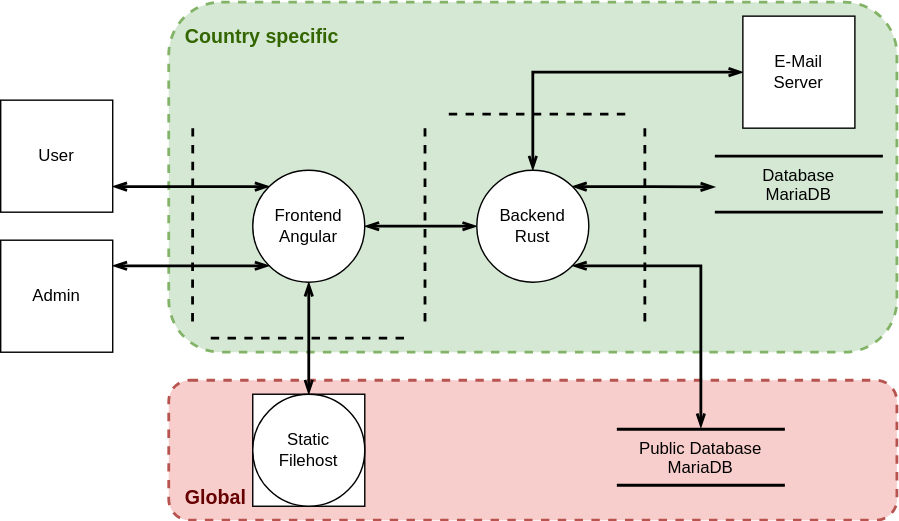
Earlier version of the draw.io export docs/assets/ArchitecturalDesign.drawio.svg (ProjectExchange/SkyRocket). Source tidied: cells renumbered, new cells last; positions are measured from the earlier drawing's top-left corner, leaving out a move shared by most shapes.
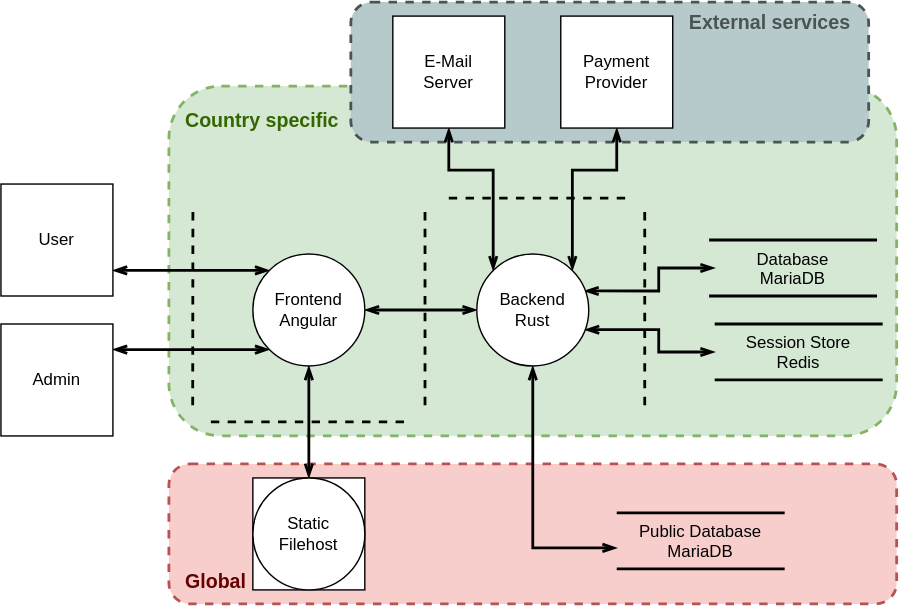
After the commit.

Commit message:
update architectural diagram

What changed in the source:
```diff
@@ -30,23 +30,55 @@
     <mxCell id="9" value="&lt;div&gt;Frontend&lt;/div&gt;Angular" style="ellipse;whiteSpace=wrap;html=1;" parent="1" vertex="1">
       <mxGeometry x="180" y="120" width="80" height="80" as="geometry" />
     </mxCell>
-    <mxCell id="10" style="edgeStyle=orthogonalEdgeStyle;rounded=0;jettySize=auto;html=1;endArrow=openThin;endFill=0;strokeWidth=2;startArrow=openThin;startFill=0;exitX=1;exitY=0;exitDx=0;exitDy=0;" parent="1" edge="1" source="12">
+    <mxCell id="10" style="edgeStyle=orthogonalEdgeStyle;rounded=0;jettySize=auto;html=1;endArrow=openThin;endFill=0;strokeWidth=2;startArrow=openThin;startFill=0;exitX=0.961;exitY=0.33;exitDx=0;exitDy=0;exitPerimeter=0;entryX=0.75;entryY=0.52;entryDx=0;entryDy=0;entryPerimeter=0;" parent="1" edge="1" source="12" target="3">
       <mxGeometry relative="1" as="geometry">
-        <mxPoint x="510" y="132" as="targetPoint" />
+        <Array as="points">
+          <mxPoint x="470" y="146" />
+          <mxPoint x="470" y="130" />
+        </Array>
       </mxGeometry>
     </mxCell>
+    <mxCell id="31" style="rounded=1;whiteSpace=wrap;html=1;fillColor=#b6cacb;strokeColor=#4B5454;dashed=1;strokeWidth=2;gradientColor=none;" parent="1" vertex="1">
+      <mxGeometry x="250" y="-60" width="370" height="100" as="geometry" />
+    </mxCell>
+    <mxCell id="32" style="edgeStyle=orthogonalEdgeStyle;rounded=0;jettySize=auto;html=1;exitX=1;exitY=0;exitDx=0;exitDy=0;startArrow=openThin;startFill=0;strokeWidth=2;endArrow=openThin;endFill=0;" parent="1" edge="1" source="12" target="38">
+      <mxGeometry relative="1" as="geometry">
+        <Array as="points">
+          <mxPoint x="408" y="60" />
+          <mxPoint x="440" y="60" />
+        </Array>
+      </mxGeometry>
+    </mxCell>
+    <mxCell id="33" style="edgeStyle=orthogonalEdgeStyle;rounded=0;jettySize=auto;html=1;startArrow=openThin;startFill=0;strokeWidth=2;endArrow=openThin;endFill=0;exitX=0.966;exitY=0.676;exitDx=0;exitDy=0;exitPerimeter=0;" parent="1" edge="1" source="12">
+      <mxGeometry relative="1" as="geometry">
+        <mxPoint x="510" y="190" as="targetPoint" />
+        <Array as="points">
+          <mxPoint x="470" y="174" />
+          <mxPoint x="470" y="190" />
+        </Array>
+      </mxGeometry>
+    </mxCell>
+    <mxCell id="34" style="edgeStyle=orthogonalEdgeStyle;rounded=0;jettySize=auto;html=1;startArrow=openThin;startFill=0;endArrow=openThin;endFill=0;strokeWidth=2;" parent="1" edge="1" source="12">
+      <mxGeometry relative="1" as="geometry">
+        <mxPoint x="440" y="330" as="targetPoint" />
+        <Array as="points">
+          <mxPoint x="380" y="330" />
+        </Array>
+      </mxGeometry>
+    </mxCell>
+    <mxCell id="12" value="&lt;div&gt;Backend&lt;/div&gt;Rust" style="ellipse;whiteSpace=wrap;html=1;" parent="1" vertex="1">
+      <mxGeometry x="340" y="120" width="80" height="80" as="geometry" />
+    </mxCell>
-    <mxCell id="11" style="edgeStyle=orthogonalEdgeStyle;rounded=0;jettySize=auto;html=1;startArrow=openThin;startFill=0;endArrow=openThin;endFill=0;strokeWidth=2;entryX=0;entryY=0.5;entryDx=0;entryDy=0;" parent="1" edge="1" source="12" target="30">
+    <mxCell id="11" style="edgeStyle=orthogonalEdgeStyle;rounded=0;jettySize=auto;html=1;exitX=0;exitY=0;exitDx=0;exitDy=0;entryX=0.5;entryY=1;entryDx=0;entryDy=0;startArrow=openThin;startFill=0;strokeWidth=2;endArrow=openThin;endFill=0;" parent="1" edge="1" source="12" target="30">
       <mxGeometry relative="1" as="geometry">
         <Array as="points">
-          <mxPoint x="380" y="50" />
+          <mxPoint x="352" y="60" />
+          <mxPoint x="320" y="60" />
         </Array>
       </mxGeometry>
     </mxCell>
-    <mxCell id="12" value="&lt;div&gt;Backend&lt;/div&gt;Rust" style="ellipse;whiteSpace=wrap;html=1;" parent="1" vertex="1">
-      <mxGeometry x="340" y="120" width="80" height="80" as="geometry" />
-    </mxCell>
     <mxCell id="13" value="Database&#10;MariaDB&#10;" style="group;" parent="1" vertex="1">
-      <mxGeometry x="510" y="110" width="120" height="40" as="geometry" />
+      <mxGeometry x="506" y="110" width="120" height="40" as="geometry" />
     </mxCell>
     <mxCell id="14" style="endArrow=none;html=1;strokeWidth=2;" parent="13" edge="1">
       <mxGeometry relative="1" as="geometry">
@@ -126,16 +158,29 @@
     <mxCell id="28" value="Global" style="text;html=1;strokeColor=none;fillColor=none;align=left;verticalAlign=bottom;whiteSpace=wrap;rounded=0;dashed=1;sketch=0;fontStyle=1;fontSize=14;fontColor=#660000;" parent="1" vertex="1">
       <mxGeometry x="130" y="325" width="130" height="40" as="geometry" />
     </mxCell>
-    <mxCell id="29" style="edgeStyle=orthogonalEdgeStyle;rounded=0;jettySize=auto;html=1;endArrow=openThin;endFill=0;strokeWidth=2;startArrow=openThin;startFill=0;exitX=1;exitY=1;exitDx=0;exitDy=0;" parent="1" edge="1" source="12">
-      <mxGeometry relative="1" as="geometry">
-        <mxPoint x="500" y="304" as="targetPoint" />
-        <Array as="points">
-          <mxPoint x="500" y="188" />
-        </Array>
-      </mxGeometry>
-    </mxCell>
     <mxCell id="30" value="&lt;div&gt;E-Mail&lt;/div&gt;&lt;div&gt;Server&lt;/div&gt;" style="whiteSpace=wrap;html=1;" parent="1" vertex="1">
-      <mxGeometry x="530" y="10" width="80" height="80" as="geometry" />
+      <mxGeometry x="280" y="-50" width="80" height="80" as="geometry" />
     </mxCell>
+    <mxCell id="35" value="Session Store&#10;Redis&#10;" style="group;" parent="1" vertex="1">
+      <mxGeometry x="510" y="170" width="120" height="40" as="geometry" />
+    </mxCell>
+    <mxCell id="36" style="endArrow=none;html=1;strokeWidth=2;" parent="35" edge="1">
+      <mxGeometry relative="1" as="geometry">
+        <mxPoint y="40" as="sourcePoint" />
+        <mxPoint x="120" y="40" as="targetPoint" />
+      </mxGeometry>
+    </mxCell>
+    <mxCell id="37" style="endArrow=none;html=1;strokeWidth=2;" parent="35" edge="1">
+      <mxGeometry relative="1" as="geometry">
+        <mxPoint as="sourcePoint" />
+        <mxPoint x="120" as="targetPoint" />
+      </mxGeometry>
+    </mxCell>
+    <mxCell id="38" value="&lt;div&gt;Payment&lt;br&gt;&lt;/div&gt;&lt;div&gt;Provider&lt;/div&gt;" style="whiteSpace=wrap;html=1;" parent="1" vertex="1">
+      <mxGeometry x="400" y="-50" width="80" height="80" as="geometry" />
+    </mxCell>
+    <mxCell id="39" value="&lt;font color=&quot;#4b5454&quot;&gt;External services&lt;/font&gt;" style="text;html=1;strokeColor=none;fillColor=none;align=left;verticalAlign=top;whiteSpace=wrap;rounded=0;dashed=1;sketch=0;fontColor=#336600;fontStyle=1;fontSize=14;" parent="1" vertex="1">
+      <mxGeometry x="490" y="-60" width="130" height="40" as="geometry" />
+    </mxCell>
   </root>
 </mxGraphModel>
```
